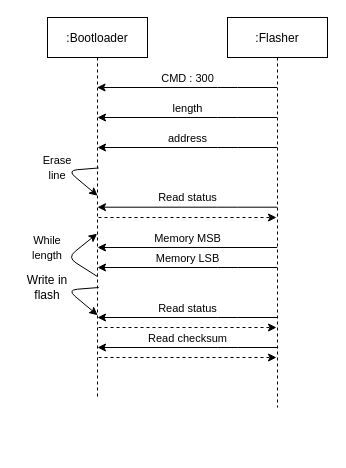
GautierDev31/MCF51AG128_Bootloader_SPI keeps this draw.io diagram as Images/Diagramme_sequence_bootloaderV2.drawio. Above is the earlier version. Source tidied: cells renumbered, new cells numbered last; positions are measured from the earlier drawing's top-left corner, leaving out a move shared by most shapes. Both pictures are drawn from the tidied source at 100%, with x=0, y=0 at pixel (17, 17).
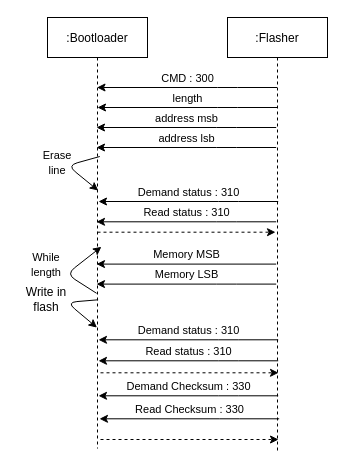
The same page after the edit.

What changed in the source:
```diff
@@
     <mxCell id="2" value=":Bootloader" style="shape=umlLifeline;perimeter=lifelinePerimeter;rounded=0;shadow=0;strokeWidth=1;" parent="1" vertex="1">
-      <mxGeometry x="30" width="100" height="380" as="geometry" />
+      <mxGeometry x="30" width="100" height="431" as="geometry" />
     </mxCell>
     <mxCell id="3" value=":Flasher" style="shape=umlLifeline;perimeter=lifelinePerimeter;rounded=0;shadow=0;strokeWidth=1;" parent="1" vertex="1">
-      <mxGeometry x="210" width="100" height="390" as="geometry" />
+      <mxGeometry x="210" width="100" height="433" as="geometry" />
     </mxCell>
@@
     <mxCell id="6" style="endArrow=classic;html=1;" parent="1" edge="1">
       <mxGeometry relative="1" as="geometry">
-        <mxPoint x="259.7" y="100" as="sourcePoint" />
-        <mxPoint x="80" y="100" as="targetPoint" />
+        <mxPoint x="259.7" y="90" as="sourcePoint" />
+        <mxPoint x="80" y="90" as="targetPoint" />
         <Array as="points">
-          <mxPoint x="210.2" y="100" />
+          <mxPoint x="210.2" y="90" />
         </Array>
       </mxGeometry>
     </mxCell>
@@
     <mxCell id="8" style="endArrow=classic;html=1;" parent="1" edge="1">
       <mxGeometry relative="1" as="geometry">
-        <mxPoint x="259.7" y="130" as="sourcePoint" />
-        <mxPoint x="80" y="130" as="targetPoint" />
+        <mxPoint x="258.7" y="110" as="sourcePoint" />
+        <mxPoint x="79" y="110" as="targetPoint" />
         <Array as="points">
-          <mxPoint x="210.2" y="130" />
+          <mxPoint x="209.2" y="110" />
         </Array>
       </mxGeometry>
     </mxCell>
-    <mxCell id="9" value="address" style="edgeLabel;html=1;align=center;verticalAlign=middle;" parent="8" vertex="1">
+    <mxCell id="9" value="address msb" style="edgeLabel;html=1;align=center;verticalAlign=middle;" parent="8" vertex="1">
       <mxGeometry x="-0.09" y="-2" relative="1" as="geometry">
         <mxPoint x="-8.1" y="-8" as="offset" />
       </mxGeometry>
     </mxCell>
-    <mxCell id="10" style="endArrow=classic;html=1;exitX=0.512;exitY=0.396;exitDx=0;exitDy=0;exitPerimeter=0;entryX=0.501;entryY=0.469;entryDx=0;entryDy=0;entryPerimeter=0;" parent="1" edge="1" source="2" target="2">
+    <mxCell id="10" style="endArrow=classic;html=1;exitX=0.523;exitY=0.334;exitDx=0;exitDy=0;exitPerimeter=0;entryX=0.507;entryY=0.413;entryDx=0;entryDy=0;entryPerimeter=0;" parent="1" edge="1">
       <mxGeometry relative="1" as="geometry">
+        <mxPoint x="82.3" y="139" as="sourcePoint" />
+        <mxPoint x="80.7" y="173" as="targetPoint" />
         <Array as="points">
-          <mxPoint x="50" y="153" />
+          <mxPoint x="50" y="148" />
         </Array>
       </mxGeometry>
     </mxCell>
     <mxCell id="11" value="&lt;font style=&quot;font-size: 11px&quot;&gt;Erase line&lt;/font&gt;" style="text;html=1;strokeColor=none;fillColor=none;align=center;verticalAlign=middle;whiteSpace=wrap;rounded=0;" parent="1" vertex="1">
-      <mxGeometry x="20" y="140" width="40" height="20" as="geometry" />
+      <mxGeometry x="20" y="135" width="40" height="20" as="geometry" />
     </mxCell>
     <mxCell id="12" style="endArrow=classic;html=1;" parent="1" edge="1">
       <mxGeometry relative="1" as="geometry">
-        <mxPoint x="259.7" y="189.7" as="sourcePoint" />
-        <mxPoint x="80" y="189.7" as="targetPoint" />
+        <mxPoint x="258.7" y="204.3" as="sourcePoint" />
+        <mxPoint x="79" y="204.3" as="targetPoint" />
         <Array as="points">
-          <mxPoint x="210.2" y="189.7" />
+          <mxPoint x="209.2" y="204.3" />
         </Array>
       </mxGeometry>
     </mxCell>
-    <mxCell id="13" value="Read status" style="edgeLabel;html=1;align=center;verticalAlign=middle;" parent="12" vertex="1">
+    <mxCell id="13" value="Read status : 310" style="edgeLabel;html=1;align=center;verticalAlign=middle;" parent="12" vertex="1">
       <mxGeometry x="-0.09" y="-2" relative="1" as="geometry">
         <mxPoint x="-8.1" y="-8" as="offset" />
       </mxGeometry>
     </mxCell>
     <mxCell id="14" style="endArrow=classic;html=1;dashed=1;" parent="1" edge="1">
       <mxGeometry relative="1" as="geometry">
-        <mxPoint x="81" y="200" as="sourcePoint" />
-        <mxPoint x="259" y="200" as="targetPoint" />
+        <mxPoint x="80" y="214.7" as="sourcePoint" />
+        <mxPoint x="258" y="214.7" as="targetPoint" />
       </mxGeometry>
     </mxCell>
     <mxCell id="15" style="endArrow=classic;html=1;" parent="1" edge="1">
       <mxGeometry relative="1" as="geometry">
-        <mxPoint x="259.7" y="230" as="sourcePoint" />
-        <mxPoint x="80" y="230" as="targetPoint" />
+        <mxPoint x="258.7" y="246.6" as="sourcePoint" />
+        <mxPoint x="79" y="246.6" as="targetPoint" />
       </mxGeometry>
     </mxCell>
@@
     <mxCell id="17" style="endArrow=classic;html=1;" parent="1" edge="1">
       <mxGeometry relative="1" as="geometry">
-        <mxPoint x="259.7" y="250" as="sourcePoint" />
-        <mxPoint x="80" y="250" as="targetPoint" />
+        <mxPoint x="258.7" y="266.6" as="sourcePoint" />
+        <mxPoint x="79" y="266.6" as="targetPoint" />
         <Array as="points">
-          <mxPoint x="210.2" y="250" />
+          <mxPoint x="209.2" y="266.6" />
         </Array>
       </mxGeometry>
     </mxCell>
@@
     <mxCell id="19" style="endArrow=classic;html=1;" parent="1" edge="1">
       <mxGeometry relative="1" as="geometry">
-        <mxPoint x="259.7" y="300" as="sourcePoint" />
-        <mxPoint x="80" y="300" as="targetPoint" />
+        <mxPoint x="260.7" y="343.3" as="sourcePoint" />
+        <mxPoint x="81" y="343.3" as="targetPoint" />
         <Array as="points">
-          <mxPoint x="210.2" y="300" />
+          <mxPoint x="211.2" y="343.3" />
         </Array>
       </mxGeometry>
     </mxCell>
-    <mxCell id="20" value="Read status" style="edgeLabel;html=1;align=center;verticalAlign=middle;" parent="19" vertex="1">
+    <mxCell id="20" value="Read status : 310" style="edgeLabel;html=1;align=center;verticalAlign=middle;" parent="19" vertex="1">
       <mxGeometry x="-0.09" y="-2" relative="1" as="geometry">
         <mxPoint x="-8.1" y="-8" as="offset" />
       </mxGeometry>
     </mxCell>
     <mxCell id="21" style="endArrow=classic;html=1;dashed=1;" parent="1" edge="1">
       <mxGeometry relative="1" as="geometry">
-        <mxPoint x="81" y="310" as="sourcePoint" />
-        <mxPoint x="259" y="310" as="targetPoint" />
+        <mxPoint x="83" y="355.3" as="sourcePoint" />
+        <mxPoint x="261" y="355.3" as="targetPoint" />
       </mxGeometry>
     </mxCell>
     <mxCell id="22" style="endArrow=classic;html=1;" parent="1" edge="1">
       <mxGeometry relative="1" as="geometry">
-        <mxPoint x="259.7" y="330" as="sourcePoint" />
-        <mxPoint x="80" y="330" as="targetPoint" />
+        <mxPoint x="261.7" y="401.3" as="sourcePoint" />
+        <mxPoint x="82" y="401.3" as="targetPoint" />
         <Array as="points">
-          <mxPoint x="210.2" y="330" />
+          <mxPoint x="212.2" y="401.3" />
         </Array>
       </mxGeometry>
     </mxCell>
-    <mxCell id="23" value="Read checksum" style="edgeLabel;html=1;align=center;verticalAlign=middle;" parent="22" vertex="1">
+    <mxCell id="23" value="Read Checksum : 330" style="edgeLabel;html=1;align=center;verticalAlign=middle;" parent="22" vertex="1">
       <mxGeometry x="-0.09" y="-2" relative="1" as="geometry">
         <mxPoint x="-8.1" y="-8" as="offset" />
       </mxGeometry>
     </mxCell>
     <mxCell id="24" style="endArrow=classic;html=1;dashed=1;" parent="1" edge="1">
       <mxGeometry relative="1" as="geometry">
-        <mxPoint x="81" y="340" as="sourcePoint" />
-        <mxPoint x="259" y="340" as="targetPoint" />
+        <mxPoint x="83" y="422" as="sourcePoint" />
+        <mxPoint x="261" y="422" as="targetPoint" />
       </mxGeometry>
     </mxCell>
-    <mxCell id="25" style="endArrow=classic;html=1;exitX=0.501;exitY=0.682;exitDx=0;exitDy=0;exitPerimeter=0;entryX=0.496;entryY=0.569;entryDx=0;entryDy=0;entryPerimeter=0;" parent="1" edge="1" source="2" target="2">
+    <mxCell id="25" style="endArrow=classic;html=1;exitX=0.501;exitY=0.682;exitDx=0;exitDy=0;exitPerimeter=0;entryX=0.529;entryY=0.56;entryDx=0;entryDy=0;entryPerimeter=0;" parent="1" edge="1">
       <mxGeometry relative="1" as="geometry">
+        <mxPoint x="79.1" y="275.8" as="sourcePoint" />
+        <mxPoint x="83.9" y="229.3" as="targetPoint" />
         <Array as="points">
-          <mxPoint x="50" y="240" />
+          <mxPoint x="49" y="256.6" />
         </Array>
       </mxGeometry>
     </mxCell>
     <mxCell id="26" value="&lt;font style=&quot;font-size: 11px&quot;&gt;While length&lt;/font&gt;" style="text;html=1;strokeColor=none;fillColor=none;align=center;verticalAlign=middle;whiteSpace=wrap;rounded=0;" parent="1" vertex="1">
-      <mxGeometry x="10" y="220" width="40" height="20" as="geometry" />
+      <mxGeometry x="9" y="236.6" width="40" height="20" as="geometry" />
     </mxCell>
     <mxCell id="27" style="endArrow=classic;html=1;exitX=0.512;exitY=0.396;exitDx=0;exitDy=0;exitPerimeter=0;entryX=0.501;entryY=0.469;entryDx=0;entryDy=0;entryPerimeter=0;" parent="1" edge="1">
       <mxGeometry relative="1" as="geometry">
-        <mxPoint x="81.2" y="270" as="sourcePoint" />
-        <mxPoint x="80.1" y="297.7" as="targetPoint" />
+        <mxPoint x="80.6" y="282.3" as="sourcePoint" />
+        <mxPoint x="79.5" y="310.1" as="targetPoint" />
         <Array as="points">
-          <mxPoint x="50" y="272.5" />
+          <mxPoint x="49.4" y="284.9" />
         </Array>
       </mxGeometry>
     </mxCell>
     <mxCell id="28" value="Write in flash" style="text;html=1;strokeColor=none;fillColor=none;align=center;verticalAlign=middle;whiteSpace=wrap;rounded=0;" parent="1" vertex="1">
-      <mxGeometry y="260" width="60" height="20" as="geometry" />
+      <mxGeometry x="-0.6" y="272.3" width="60" height="20" as="geometry" />
     </mxCell>
+    <mxCell id="29" style="endArrow=classic;html=1;" parent="1" edge="1">
+      <mxGeometry relative="1" as="geometry">
+        <mxPoint x="260.7" y="184" as="sourcePoint" />
+        <mxPoint x="81" y="184" as="targetPoint" />
+        <Array as="points">
+          <mxPoint x="211.2" y="184" />
+        </Array>
+      </mxGeometry>
+    </mxCell>
+    <mxCell id="30" value="Demand status : 310" style="edgeLabel;html=1;align=center;verticalAlign=middle;" parent="29" vertex="1">
+      <mxGeometry x="-0.09" y="-2" relative="1" as="geometry">
+        <mxPoint x="-8.1" y="-8" as="offset" />
+      </mxGeometry>
+    </mxCell>
+    <mxCell id="31" style="endArrow=classic;html=1;" parent="1" edge="1">
+      <mxGeometry relative="1" as="geometry">
+        <mxPoint x="260.7" y="322.3" as="sourcePoint" />
+        <mxPoint x="81" y="322.3" as="targetPoint" />
+        <Array as="points">
+          <mxPoint x="211.2" y="322.3" />
+        </Array>
+      </mxGeometry>
+    </mxCell>
+    <mxCell id="32" value="Demand status : 310" style="edgeLabel;html=1;align=center;verticalAlign=middle;" parent="31" vertex="1">
+      <mxGeometry x="-0.09" y="-2" relative="1" as="geometry">
+        <mxPoint x="-8.1" y="-8" as="offset" />
+      </mxGeometry>
+    </mxCell>
+    <mxCell id="33" style="endArrow=classic;html=1;" parent="1" edge="1">
+      <mxGeometry relative="1" as="geometry">
+        <mxPoint x="260.7" y="378.3" as="sourcePoint" />
+        <mxPoint x="81" y="378.3" as="targetPoint" />
+        <Array as="points">
+          <mxPoint x="211.2" y="378.3" />
+        </Array>
+      </mxGeometry>
+    </mxCell>
+    <mxCell id="34" value="Demand Checksum : 330" style="edgeLabel;html=1;align=center;verticalAlign=middle;" parent="33" vertex="1">
+      <mxGeometry x="-0.09" y="-2" relative="1" as="geometry">
+        <mxPoint x="-8.1" y="-8" as="offset" />
+      </mxGeometry>
+    </mxCell>
+    <mxCell id="35" style="endArrow=classic;html=1;" parent="1" edge="1">
+      <mxGeometry relative="1" as="geometry">
+        <mxPoint x="258.7" y="130" as="sourcePoint" />
+        <mxPoint x="79" y="130" as="targetPoint" />
+        <Array as="points">
+          <mxPoint x="209.2" y="130" />
+        </Array>
+      </mxGeometry>
+    </mxCell>
+    <mxCell id="36" value="address lsb" style="edgeLabel;html=1;align=center;verticalAlign=middle;" parent="35" vertex="1">
+      <mxGeometry x="-0.09" y="-2" relative="1" as="geometry">
+        <mxPoint x="-8.1" y="-8" as="offset" />
+      </mxGeometry>
+    </mxCell>
```
